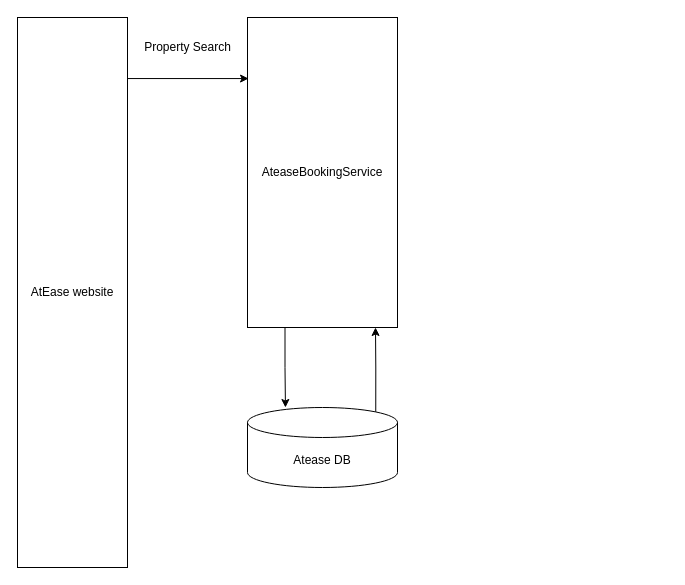
Before: SystemFlow/Untitled Diagram.drawio in FaiyazApp/flow, a draw.io diagram. Source tidied: cells renumbered, new cells numbered last; positions are measured from the earlier drawing's top-left corner, leaving out a move shared by most shapes. Both pictures are drawn from the tidied source at 100%, with x=0, y=0 at pixel (17, 17).
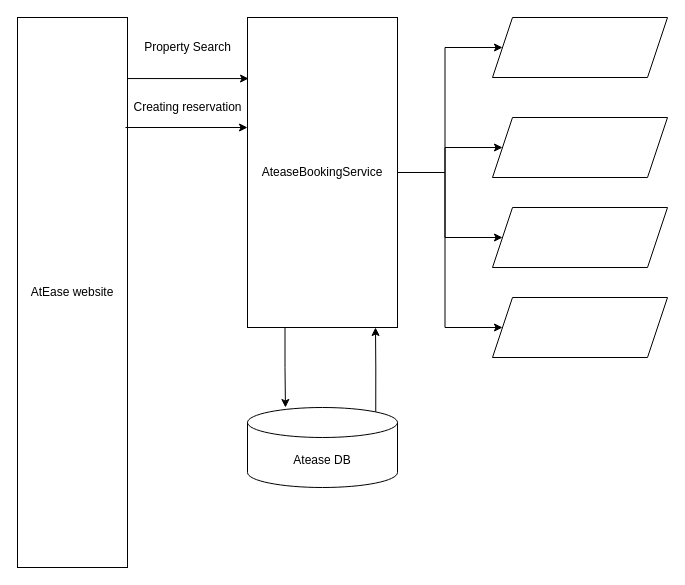
The same diagram, later.

Unchanged cells that the change refers to:
```xml
<mxCell id="6" value="&lt;span&gt;AteaseBookingService&lt;/span&gt;" style="rounded=0;whiteSpace=wrap;html=1;direction=south;" parent="1" vertex="1">
  <mxGeometry x="230" width="150" height="310" as="geometry" />
</mxCell>
```

Diff of the diagram source:
```diff
@@
+    <mxCell id="9" style="edgeStyle=orthogonalEdgeStyle;rounded=0;jettySize=auto;html=1;" parent="1" edge="1" source="6" target="15">
+      <mxGeometry relative="1" as="geometry" />
+    </mxCell>
+    <mxCell id="10" style="edgeStyle=orthogonalEdgeStyle;rounded=0;jettySize=auto;html=1;" parent="1" edge="1" source="6" target="16">
+      <mxGeometry relative="1" as="geometry" />
+    </mxCell>
+    <mxCell id="11" style="edgeStyle=orthogonalEdgeStyle;rounded=0;jettySize=auto;html=1;entryX=0;entryY=0.5;entryDx=0;entryDy=0;" parent="1" edge="1" source="6" target="17">
+      <mxGeometry relative="1" as="geometry" />
+    </mxCell>
+    <mxCell id="12" style="edgeStyle=orthogonalEdgeStyle;rounded=0;jettySize=auto;html=1;" parent="1" edge="1" source="6" target="18">
+      <mxGeometry relative="1" as="geometry" />
+    </mxCell>
@@
+    <mxCell id="13" style="edgeStyle=orthogonalEdgeStyle;rounded=0;orthogonalLoop=1;jettySize=auto;html=1;exitX=0.111;exitY=0.009;exitDx=0;exitDy=0;exitPerimeter=0;entryX=0.197;entryY=0.993;entryDx=0;entryDy=0;entryPerimeter=0;" parent="1" edge="1">
+      <mxGeometry relative="1" as="geometry">
+        <mxPoint x="108" y="110" as="sourcePoint" />
+        <mxPoint x="230" y="110" as="targetPoint" />
+      </mxGeometry>
+    </mxCell>
+    <mxCell id="14" value="Creating reservation" style="text;html=1;align=center;verticalAlign=middle;strokeColor=none;fillColor=none;" parent="1" vertex="1">
+      <mxGeometry x="110" y="80" width="120" height="20" as="geometry" />
+    </mxCell>
+    <mxCell id="15" style="shape=parallelogram;perimeter=parallelogramPerimeter;whiteSpace=wrap;html=1;fixedSize=1;rounded=0;" parent="1" vertex="1">
+      <mxGeometry x="475" width="175" height="60" as="geometry" />
+    </mxCell>
+    <mxCell id="16" style="shape=parallelogram;perimeter=parallelogramPerimeter;whiteSpace=wrap;html=1;fixedSize=1;rounded=0;" parent="1" vertex="1">
+      <mxGeometry x="475" y="100" width="175" height="60" as="geometry" />
+    </mxCell>
+    <mxCell id="17" style="shape=parallelogram;perimeter=parallelogramPerimeter;whiteSpace=wrap;html=1;fixedSize=1;rounded=0;" parent="1" vertex="1">
+      <mxGeometry x="475" y="190" width="175" height="60" as="geometry" />
+    </mxCell>
+    <mxCell id="18" style="shape=parallelogram;perimeter=parallelogramPerimeter;whiteSpace=wrap;html=1;fixedSize=1;rounded=0;" parent="1" vertex="1">
+      <mxGeometry x="475" y="280" width="175" height="60" as="geometry" />
+    </mxCell>
```
